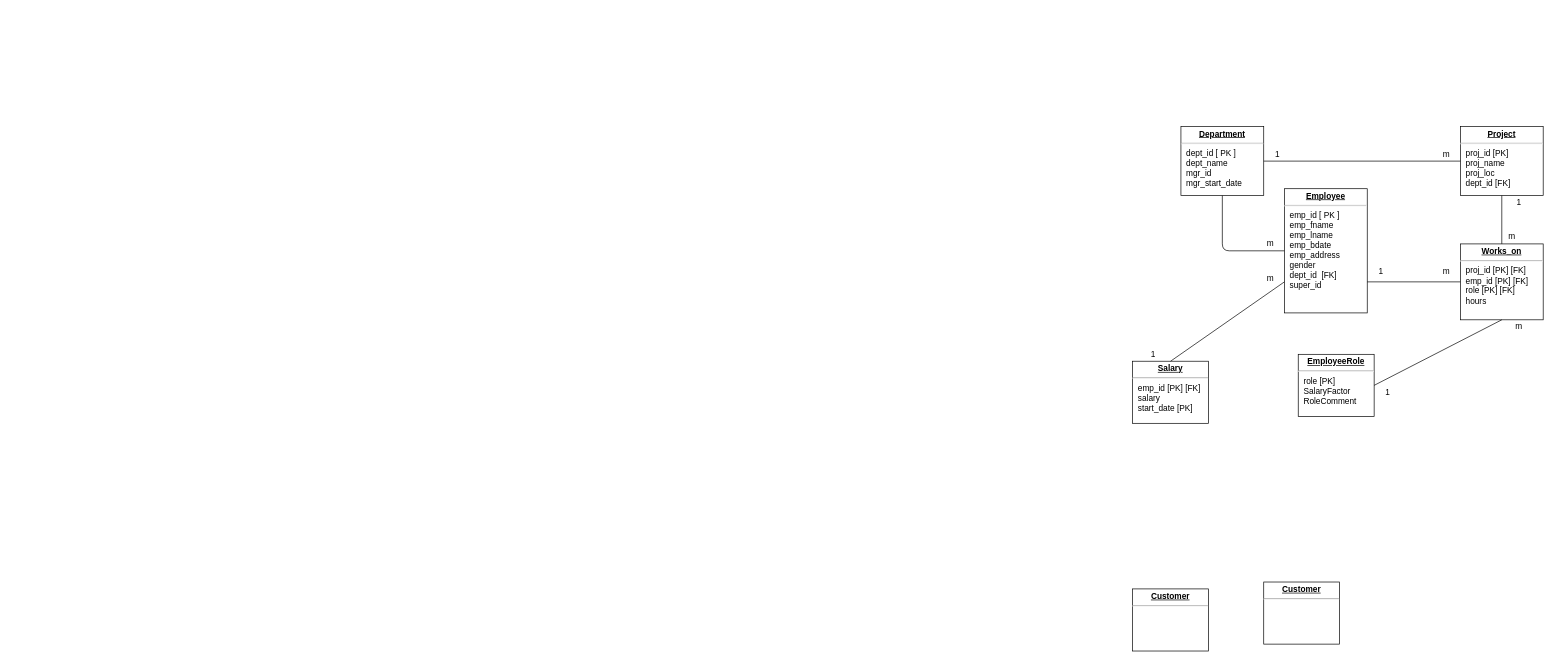
Before: CreditTaskFDM5.drawio in LastMinuteBanter/DistinctionTaskUML, a draw.io diagram. Source tidied: cells renumbered, new cells numbered last; positions are measured from the earlier drawing's top-left corner, leaving out a move shared by most shapes. Both pictures are drawn from the tidied source at 69%, with x=0, y=0 at pixel (1132, 126).
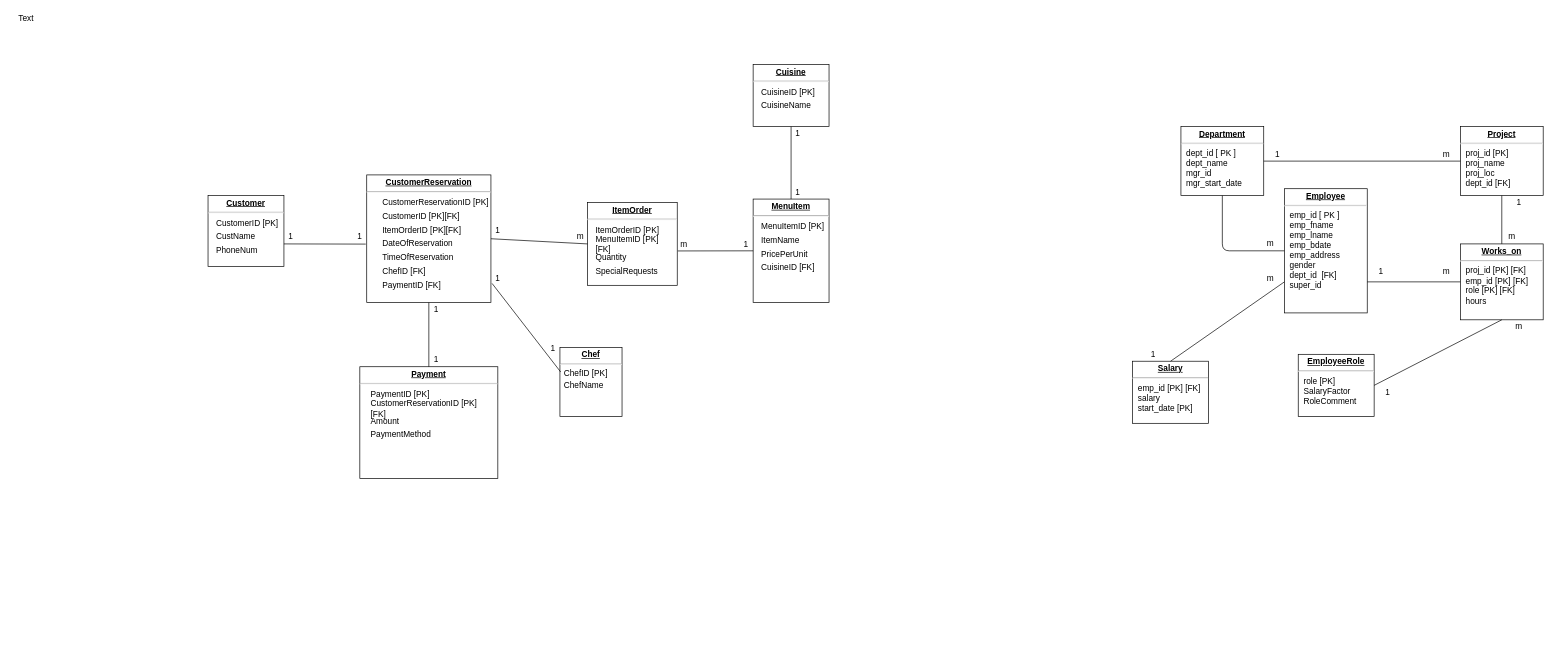
After the change.

Change to the diagram source:
```diff
@@
     <mxCell id="25" value="&lt;p style=&quot;margin: 0px ; margin-top: 4px ; text-align: center ; text-decoration: underline&quot;&gt;&lt;b&gt;Customer&lt;/b&gt;&lt;br&gt;&lt;/p&gt;&lt;hr&gt;" style="verticalAlign=top;align=left;overflow=fill;fontSize=12;fontFamily=Helvetica;html=1;" parent="1" vertex="1">
-      <mxGeometry y="670" width="110" height="90" as="geometry" />
+      <mxGeometry x="-1340" y="100" width="110" height="102.5" as="geometry" />
     </mxCell>
-    <mxCell id="26" value="&lt;p style=&quot;margin: 0px ; margin-top: 4px ; text-align: center ; text-decoration: underline&quot;&gt;&lt;b&gt;Customer&lt;/b&gt;&lt;br&gt;&lt;/p&gt;&lt;hr&gt;" style="verticalAlign=top;align=left;overflow=fill;fontSize=12;fontFamily=Helvetica;html=1;" parent="1" vertex="1">
-      <mxGeometry x="190" y="660" width="110" height="90" as="geometry" />
+    <mxCell id="26" value="&lt;p style=&quot;margin: 0px ; margin-top: 4px ; text-align: center ; text-decoration: underline&quot;&gt;&lt;b&gt;CustomerReservation&lt;/b&gt;&lt;br&gt;&lt;/p&gt;&lt;hr&gt;" style="verticalAlign=top;align=left;overflow=fill;fontSize=12;fontFamily=Helvetica;html=1;" parent="1" vertex="1">
+      <mxGeometry x="-1110" y="70" width="180" height="185" as="geometry" />
     </mxCell>
+    <mxCell id="27" value="&lt;p style=&quot;margin: 0px ; margin-top: 4px ; text-align: center ; text-decoration: underline&quot;&gt;&lt;b&gt;ItemOrder&lt;/b&gt;&lt;br&gt;&lt;/p&gt;&lt;hr&gt;" style="verticalAlign=top;align=left;overflow=fill;fontSize=12;fontFamily=Helvetica;html=1;" parent="1" vertex="1">
+      <mxGeometry x="-790" y="110" width="130" height="120" as="geometry" />
+    </mxCell>
+    <mxCell id="28" value="&lt;p style=&quot;margin: 0px ; margin-top: 4px ; text-align: center ; text-decoration: underline&quot;&gt;&lt;b&gt;MenuItem&lt;/b&gt;&lt;br&gt;&lt;/p&gt;&lt;hr&gt;" style="verticalAlign=top;align=left;overflow=fill;fontSize=12;fontFamily=Helvetica;html=1;" parent="1" vertex="1">
+      <mxGeometry x="-550" y="105" width="110" height="150" as="geometry" />
+    </mxCell>
+    <mxCell id="29" value="&lt;p style=&quot;margin: 0px ; margin-top: 4px ; text-align: center ; text-decoration: underline&quot;&gt;&lt;b&gt;Cuisine&lt;/b&gt;&lt;br&gt;&lt;/p&gt;&lt;hr&gt;" style="verticalAlign=top;align=left;overflow=fill;fontSize=12;fontFamily=Helvetica;html=1;" parent="1" vertex="1">
+      <mxGeometry x="-550" y="-90" width="110" height="90" as="geometry" />
+    </mxCell>
+    <mxCell id="30" value="&lt;p style=&quot;margin: 0px ; margin-top: 4px ; text-align: center ; text-decoration: underline&quot;&gt;&lt;b&gt;Payment&lt;/b&gt;&lt;br&gt;&lt;/p&gt;&lt;hr&gt;" style="verticalAlign=top;align=left;overflow=fill;fontSize=12;fontFamily=Helvetica;html=1;" parent="1" vertex="1">
+      <mxGeometry x="-1120" y="348" width="200" height="162" as="geometry" />
+    </mxCell>
+    <mxCell id="31" value="&amp;nbsp;" style="text;html=1;align=center;verticalAlign=middle;" parent="30" vertex="1">
+      <mxGeometry x="62.5" y="45" width="20" height="20" as="geometry" />
+    </mxCell>
+    <mxCell id="32" value="PaymentID [PK]" style="text;html=1;strokeColor=none;fillColor=none;align=left;verticalAlign=middle;whiteSpace=wrap;rounded=0;" parent="30" vertex="1">
+      <mxGeometry x="13.9" y="29" width="180.6" height="21" as="geometry" />
+    </mxCell>
+    <mxCell id="33" value="CustomerReservationID [PK] [FK]" style="text;html=1;strokeColor=none;fillColor=none;align=left;verticalAlign=middle;whiteSpace=wrap;rounded=0;" parent="30" vertex="1">
+      <mxGeometry x="13.9" y="50" width="180.6" height="21" as="geometry" />
+    </mxCell>
+    <mxCell id="34" value="Amount" style="text;html=1;strokeColor=none;fillColor=none;align=left;verticalAlign=middle;whiteSpace=wrap;rounded=0;" parent="30" vertex="1">
+      <mxGeometry x="13.9" y="71" width="180.6" height="18" as="geometry" />
+    </mxCell>
+    <mxCell id="35" value="PaymentMethod" style="text;html=1;strokeColor=none;fillColor=none;align=left;verticalAlign=middle;whiteSpace=wrap;rounded=0;" parent="30" vertex="1">
+      <mxGeometry x="13.9" y="89" width="180.6" height="18" as="geometry" />
+    </mxCell>
+    <mxCell id="36" value="&lt;div align=&quot;left&quot;&gt;CustomerID [PK]&lt;/div&gt;" style="text;html=1;strokeColor=none;fillColor=none;align=left;verticalAlign=middle;whiteSpace=wrap;rounded=0;" parent="1" vertex="1">
+      <mxGeometry x="-1330" y="130" width="100" height="20" as="geometry" />
+    </mxCell>
+    <mxCell id="37" value="CustName" style="text;html=1;strokeColor=none;fillColor=none;align=left;verticalAlign=middle;whiteSpace=wrap;rounded=0;" parent="1" vertex="1">
+      <mxGeometry x="-1330" y="150" width="100" height="20" as="geometry" />
+    </mxCell>
+    <mxCell id="38" value="PhoneNum" style="text;html=1;strokeColor=none;fillColor=none;align=left;verticalAlign=middle;whiteSpace=wrap;rounded=0;" parent="1" vertex="1">
+      <mxGeometry x="-1330" y="170" width="100" height="20" as="geometry" />
+    </mxCell>
+    <mxCell id="39" value="&lt;div align=&quot;left&quot;&gt;CustomerReservationID [PK]&lt;/div&gt;" style="text;html=1;strokeColor=none;fillColor=none;align=left;verticalAlign=middle;whiteSpace=wrap;rounded=0;" parent="1" vertex="1">
+      <mxGeometry x="-1089.5" y="100" width="160" height="20" as="geometry" />
+    </mxCell>
+    <mxCell id="40" value="&amp;nbsp;" style="text;html=1;align=center;verticalAlign=middle;" parent="1" vertex="1">
+      <mxGeometry x="-654" y="340" width="20" height="20" as="geometry" />
+    </mxCell>
+    <mxCell id="41" value="CustomerID [PK][FK]" style="text;html=1;strokeColor=none;fillColor=none;align=left;verticalAlign=middle;whiteSpace=wrap;rounded=0;" parent="1" vertex="1">
+      <mxGeometry x="-1089.5" y="120" width="130" height="20" as="geometry" />
+    </mxCell>
+    <mxCell id="42" value="&lt;div align=&quot;left&quot;&gt;MenuItemID [PK]&lt;br&gt;&lt;/div&gt;" style="text;html=1;strokeColor=none;fillColor=none;align=left;verticalAlign=middle;whiteSpace=wrap;rounded=0;" parent="1" vertex="1">
+      <mxGeometry x="-540" y="135" width="130" height="20" as="geometry" />
+    </mxCell>
+    <mxCell id="43" value="ItemName" style="text;html=1;strokeColor=none;fillColor=none;align=left;verticalAlign=middle;whiteSpace=wrap;rounded=0;" parent="1" vertex="1">
+      <mxGeometry x="-540" y="155" width="130" height="20" as="geometry" />
+    </mxCell>
+    <mxCell id="44" value="ItemOrderID [PK]" style="text;html=1;strokeColor=none;fillColor=none;align=left;verticalAlign=middle;whiteSpace=wrap;rounded=0;" parent="1" vertex="1">
+      <mxGeometry x="-780" y="140" width="130" height="20" as="geometry" />
+    </mxCell>
+    <mxCell id="45" value="MenuItemID [PK][FK]" style="text;html=1;strokeColor=none;fillColor=none;align=left;verticalAlign=middle;whiteSpace=wrap;rounded=0;" parent="1" vertex="1">
+      <mxGeometry x="-780" y="160" width="110" height="20" as="geometry" />
+    </mxCell>
+    <mxCell id="46" value="&amp;nbsp; " style="text;html=1;align=center;verticalAlign=middle;" parent="1" vertex="1">
+      <mxGeometry x="-300" y="438" width="20" height="20" as="geometry" />
+    </mxCell>
+    <mxCell id="47" value="Quantity" style="text;html=1;strokeColor=none;fillColor=none;align=left;verticalAlign=middle;whiteSpace=wrap;rounded=0;" parent="1" vertex="1">
+      <mxGeometry x="-780" y="180" width="130" height="20" as="geometry" />
+    </mxCell>
+    <mxCell id="48" value="ItemOrderID [PK][FK]" style="text;html=1;strokeColor=none;fillColor=none;align=left;verticalAlign=middle;whiteSpace=wrap;rounded=0;" parent="1" vertex="1">
+      <mxGeometry x="-1089.5" y="140" width="130" height="20" as="geometry" />
+    </mxCell>
+    <mxCell id="49" value="PricePerUnit" style="text;html=1;strokeColor=none;fillColor=none;align=left;verticalAlign=middle;whiteSpace=wrap;rounded=0;" parent="1" vertex="1">
+      <mxGeometry x="-540" y="175" width="130" height="20" as="geometry" />
+    </mxCell>
+    <mxCell id="50" value="CuisineID [FK]" style="text;html=1;strokeColor=none;fillColor=none;align=left;verticalAlign=middle;whiteSpace=wrap;rounded=0;" parent="1" vertex="1">
+      <mxGeometry x="-540" y="195" width="130" height="20" as="geometry" />
+    </mxCell>
+    <mxCell id="51" value="SpecialRequests" style="text;html=1;strokeColor=none;fillColor=none;align=left;verticalAlign=middle;whiteSpace=wrap;rounded=0;" parent="1" vertex="1">
+      <mxGeometry x="-780" y="200" width="130" height="20" as="geometry" />
+    </mxCell>
+    <mxCell id="52" value="CuisineID [PK]" style="text;html=1;strokeColor=none;fillColor=none;align=left;verticalAlign=middle;whiteSpace=wrap;rounded=0;" parent="1" vertex="1">
+      <mxGeometry x="-540" y="-60" width="130" height="20" as="geometry" />
+    </mxCell>
+    <mxCell id="53" value="CuisineName" style="text;html=1;strokeColor=none;fillColor=none;align=left;verticalAlign=middle;whiteSpace=wrap;rounded=0;" parent="1" vertex="1">
+      <mxGeometry x="-540" y="-40" width="130" height="20" as="geometry" />
+    </mxCell>
+    <mxCell id="54" value="&amp;nbsp;" style="text;html=1;align=center;verticalAlign=middle;" parent="1" vertex="1">
+      <mxGeometry x="-759" y="3" width="20" height="20" as="geometry" />
+    </mxCell>
+    <mxCell id="55" style="endArrow=none;html=1;entryX=0.5;entryY=1;entryDx=0;entryDy=0;exitX=0.5;exitY=0;exitDx=0;exitDy=0;" parent="1" edge="1" source="28" target="29">
+      <mxGeometry relative="1" as="geometry" />
+    </mxCell>
+    <mxCell id="56" style="endArrow=none;html=1;entryX=0;entryY=0.5;entryDx=0;entryDy=0;exitX=1.006;exitY=0.585;exitDx=0;exitDy=0;exitPerimeter=0;" parent="1" edge="1" source="27" target="28">
+      <mxGeometry relative="1" as="geometry" />
+    </mxCell>
+    <mxCell id="57" style="endArrow=none;html=1;entryX=0;entryY=0.5;entryDx=0;entryDy=0;exitX=1;exitY=0.5;exitDx=0;exitDy=0;" parent="1" edge="1" source="26" target="27">
+      <mxGeometry relative="1" as="geometry" />
+    </mxCell>
+    <mxCell id="58" style="endArrow=none;html=1;entryX=-0.008;entryY=0.542;entryDx=0;entryDy=0;entryPerimeter=0;exitX=1;exitY=0;exitDx=0;exitDy=0;" parent="1" edge="1" source="38" target="26">
+      <mxGeometry relative="1" as="geometry" />
+    </mxCell>
+    <mxCell id="59" style="endArrow=none;html=1;entryX=0.5;entryY=1;entryDx=0;entryDy=0;exitX=0.5;exitY=0;exitDx=0;exitDy=0;" parent="1" edge="1" source="30" target="26">
+      <mxGeometry relative="1" as="geometry" />
+    </mxCell>
+    <mxCell id="60" value="&amp;nbsp; " style="text;html=1;align=center;verticalAlign=middle;" parent="1" vertex="1">
+      <mxGeometry x="-814" y="292" width="20" height="20" as="geometry" />
+    </mxCell>
+    <mxCell id="61" value="DateOfReservation" style="text;html=1;strokeColor=none;fillColor=none;align=left;verticalAlign=middle;whiteSpace=wrap;rounded=0;" parent="1" vertex="1">
+      <mxGeometry x="-1089.5" y="160" width="130" height="20" as="geometry" />
+    </mxCell>
+    <mxCell id="62" value="TimeOfReservation" style="text;html=1;strokeColor=none;fillColor=none;align=left;verticalAlign=middle;whiteSpace=wrap;rounded=0;" parent="1" vertex="1">
+      <mxGeometry x="-1089.5" y="180" width="130" height="20" as="geometry" />
+    </mxCell>
+    <mxCell id="63" value="ChefID [FK]" style="text;html=1;strokeColor=none;fillColor=none;align=left;verticalAlign=middle;whiteSpace=wrap;rounded=0;" parent="1" vertex="1">
+      <mxGeometry x="-1089.5" y="200" width="130" height="20" as="geometry" />
+    </mxCell>
+    <mxCell id="64" value="&lt;p style=&quot;margin: 0px ; margin-top: 4px ; text-align: center ; text-decoration: underline&quot;&gt;&lt;b&gt;Chef&lt;/b&gt;&lt;br&gt;&lt;/p&gt;&lt;hr&gt;" style="verticalAlign=top;align=left;overflow=fill;fontSize=12;fontFamily=Helvetica;html=1;" parent="1" vertex="1">
+      <mxGeometry x="-830" y="320" width="90" height="100" as="geometry" />
+    </mxCell>
+    <mxCell id="65" value="&amp;nbsp;" style="text;html=1;align=center;verticalAlign=middle;" parent="64" vertex="1">
+      <mxGeometry x="28.1" y="27.8" width="20" height="20" as="geometry" />
+    </mxCell>
+    <mxCell id="66" value="ChefID [PK]" style="text;html=1;strokeColor=none;fillColor=none;align=left;verticalAlign=middle;whiteSpace=wrap;rounded=0;" parent="64" vertex="1">
+      <mxGeometry x="4.4" y="31.3" width="81.2" height="13" as="geometry" />
+    </mxCell>
+    <mxCell id="67" value="ChefName" style="text;html=1;strokeColor=none;fillColor=none;align=left;verticalAlign=middle;whiteSpace=wrap;rounded=0;" parent="64" vertex="1">
+      <mxGeometry x="4.4" y="48.6" width="81.2" height="12.9" as="geometry" />
+    </mxCell>
+    <mxCell id="68" style="endArrow=none;html=1;entryX=0.012;entryY=0.356;entryDx=0;entryDy=0;entryPerimeter=0;exitX=1.009;exitY=0.85;exitDx=0;exitDy=0;exitPerimeter=0;" parent="1" edge="1" source="26" target="64">
+      <mxGeometry relative="1" as="geometry" />
+    </mxCell>
+    <mxCell id="69" value="&amp;nbsp;" style="text;html=1;align=center;verticalAlign=middle;" parent="1" vertex="1">
+      <mxGeometry x="-1171" y="302" width="20" height="20" as="geometry" />
+    </mxCell>
+    <mxCell id="70" value="PaymentID [FK]" style="text;html=1;strokeColor=none;fillColor=none;align=left;verticalAlign=middle;whiteSpace=wrap;rounded=0;" parent="1" vertex="1">
+      <mxGeometry x="-1089.5" y="220" width="130" height="20" as="geometry" />
+    </mxCell>
+    <mxCell id="71" value="&amp;nbsp;" style="text;html=1;align=center;verticalAlign=middle;" parent="1" vertex="1">
+      <mxGeometry x="-810" y="-98" width="20" height="20" as="geometry" />
+    </mxCell>
+    <mxCell id="72" value="&amp;nbsp;&amp;nbsp; " style="text;html=1;align=center;verticalAlign=middle;" parent="1" vertex="1">
+      <mxGeometry x="-550" y="408" width="20" height="20" as="geometry" />
+    </mxCell>
+    <mxCell id="73" value="1" style="text;html=1;strokeColor=none;fillColor=none;align=center;verticalAlign=middle;whiteSpace=wrap;rounded=0;" parent="1" vertex="1">
+      <mxGeometry x="-1240" y="150" width="40" height="20" as="geometry" />
+    </mxCell>
+    <mxCell id="74" value="1" style="text;html=1;strokeColor=none;fillColor=none;align=center;verticalAlign=middle;whiteSpace=wrap;rounded=0;" parent="1" vertex="1">
+      <mxGeometry x="-1140" y="150" width="40" height="20" as="geometry" />
+    </mxCell>
+    <mxCell id="75" value="&amp;nbsp;&amp;nbsp;&amp;nbsp; " style="text;html=1;align=center;verticalAlign=middle;" parent="1" vertex="1">
+      <mxGeometry x="-1133" y="131" width="30" height="20" as="geometry" />
+    </mxCell>
+    <mxCell id="76" value="1" style="text;html=1;strokeColor=none;fillColor=none;align=center;verticalAlign=middle;whiteSpace=wrap;rounded=0;" parent="1" vertex="1">
+      <mxGeometry x="-1029.5" y="255" width="40" height="20" as="geometry" />
+    </mxCell>
+    <mxCell id="77" value="1" style="text;html=1;strokeColor=none;fillColor=none;align=center;verticalAlign=middle;whiteSpace=wrap;rounded=0;" parent="1" vertex="1">
+      <mxGeometry x="-1029.5" y="328" width="40" height="20" as="geometry" />
+    </mxCell>
+    <mxCell id="78" value="1" style="text;html=1;strokeColor=none;fillColor=none;align=center;verticalAlign=middle;whiteSpace=wrap;rounded=0;" parent="1" vertex="1">
+      <mxGeometry x="-940" y="210" width="40" height="20" as="geometry" />
+    </mxCell>
+    <mxCell id="79" value="1" style="text;html=1;strokeColor=none;fillColor=none;align=center;verticalAlign=middle;whiteSpace=wrap;rounded=0;" parent="1" vertex="1">
+      <mxGeometry x="-860" y="312" width="40" height="20" as="geometry" />
+    </mxCell>
+    <mxCell id="80" value="1" style="text;html=1;strokeColor=none;fillColor=none;align=center;verticalAlign=middle;whiteSpace=wrap;rounded=0;" parent="1" vertex="1">
+      <mxGeometry x="-940" y="141.2" width="40" height="20" as="geometry" />
+    </mxCell>
+    <mxCell id="81" value="m" style="text;html=1;strokeColor=none;fillColor=none;align=center;verticalAlign=middle;whiteSpace=wrap;rounded=0;" parent="1" vertex="1">
+      <mxGeometry x="-820" y="150" width="40" height="20" as="geometry" />
+    </mxCell>
+    <mxCell id="82" value="&amp;nbsp;" style="text;html=1;align=center;verticalAlign=middle;" parent="1" vertex="1">
+      <mxGeometry x="-817" y="221" width="20" height="20" as="geometry" />
+    </mxCell>
+    <mxCell id="83" value="1" style="text;html=1;strokeColor=none;fillColor=none;align=center;verticalAlign=middle;whiteSpace=wrap;rounded=0;" parent="1" vertex="1">
+      <mxGeometry x="-580" y="161.2" width="40" height="20" as="geometry" />
+    </mxCell>
+    <mxCell id="84" value="m" style="text;html=1;strokeColor=none;fillColor=none;align=center;verticalAlign=middle;whiteSpace=wrap;rounded=0;" parent="1" vertex="1">
+      <mxGeometry x="-670" y="161.2" width="40" height="20" as="geometry" />
+    </mxCell>
+    <mxCell id="85" value="1" style="text;html=1;strokeColor=none;fillColor=none;align=center;verticalAlign=middle;whiteSpace=wrap;rounded=0;" parent="1" vertex="1">
+      <mxGeometry x="-505" width="40" height="20" as="geometry" />
+    </mxCell>
+    <mxCell id="86" value="1" style="text;html=1;strokeColor=none;fillColor=none;align=center;verticalAlign=middle;whiteSpace=wrap;rounded=0;" parent="1" vertex="1">
+      <mxGeometry x="-505" y="85" width="40" height="20" as="geometry" />
+    </mxCell>
+    <mxCell id="87" value="Text" style="text;html=1;align=center;verticalAlign=middle;" parent="1" vertex="1">
+      <mxGeometry x="-1624" y="-166" width="40" height="20" as="geometry" />
+    </mxCell>
```
